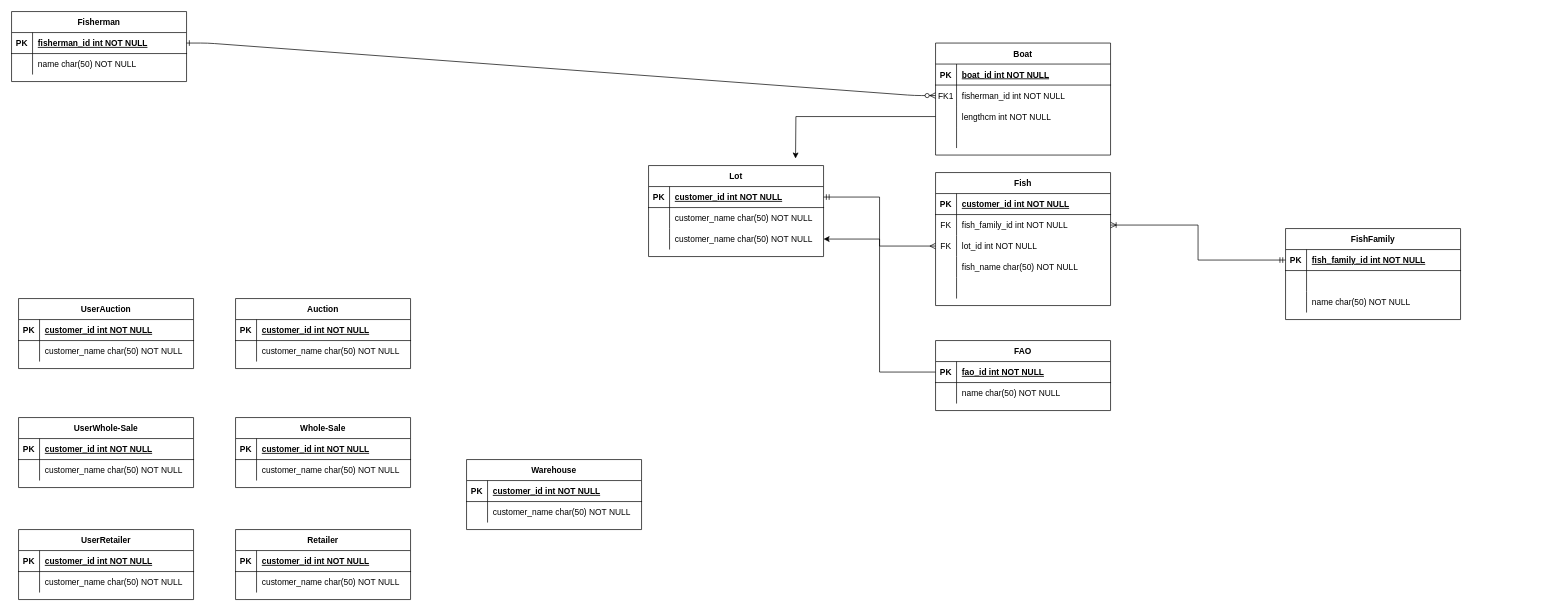
johanjuulj/fishy keeps this draw.io diagram as ERD.drawio. Above is the earlier version. Source tidied: cells renumbered, new cells numbered last; positions are measured from the earlier drawing's top-left corner, leaving out a move shared by most shapes. Both pictures are drawn from the tidied source at 70%, with x=0, y=0 at pixel (11, 11).
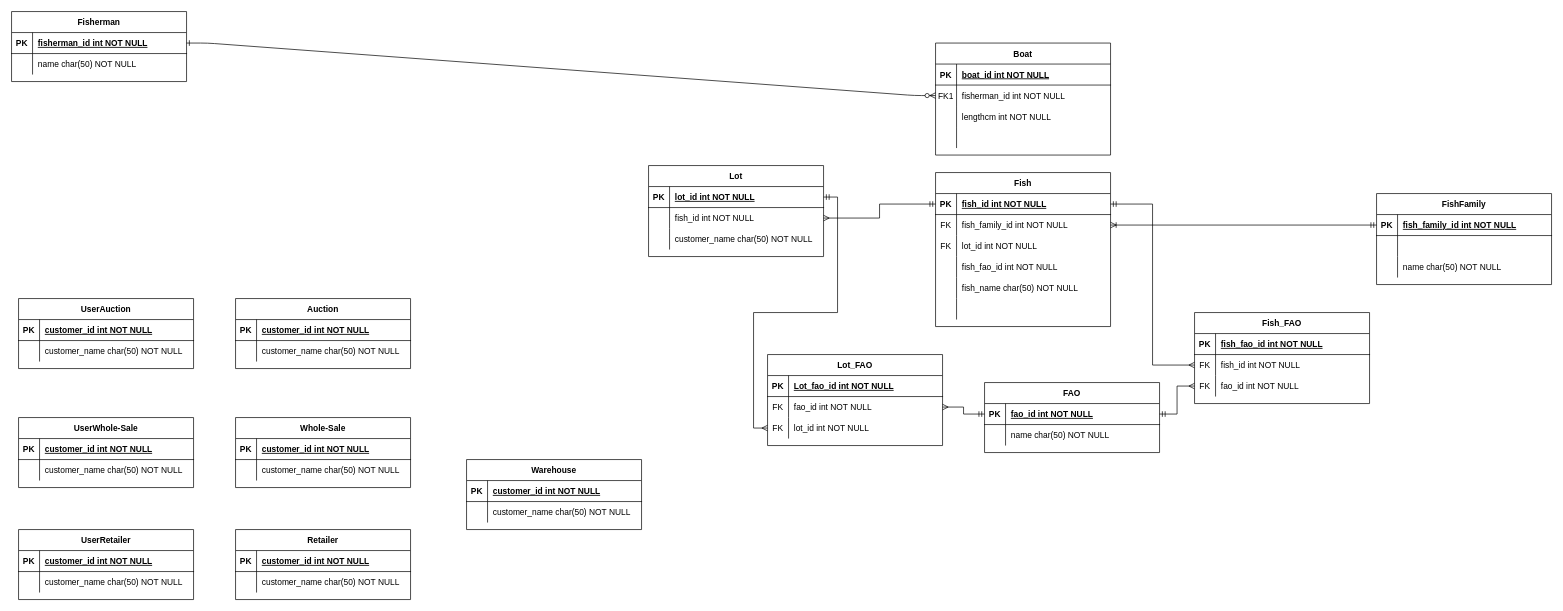
After the change.

The change refers to these unchanged cells:
```xml
<mxCell id="10" style="shape=partialRectangle;fillColor=none;points=[[0,0.5],[1,0.5]];portConstraint=eastwest;top=0;left=0;right=0;bottom=0;" parent="3" vertex="1">
  <mxGeometry y="90" width="250" height="30" as="geometry" />
</mxCell>
<mxCell id="25" style="shape=partialRectangle;fillColor=none;points=[[0,0.5],[1,0.5]];portConstraint=eastwest;top=0;left=0;right=0;bottom=1;" parent="24" vertex="1">
  <mxGeometry y="30" width="250" height="30" as="geometry" />
</mxCell>
<mxCell id="31" style="shape=partialRectangle;fillColor=none;points=[[0,0.5],[1,0.5]];portConstraint=eastwest;top=0;left=0;right=0;bottom=0;" parent="24" vertex="1">
  <mxGeometry y="90" width="250" height="30" as="geometry" />
</mxCell>
<mxCell id="52" style="shape=partialRectangle;fillColor=none;points=[[0,0.5],[1,0.5]];portConstraint=eastwest;top=0;left=0;right=0;bottom=1;" parent="51" vertex="1">
  <mxGeometry y="30" width="250" height="30" as="geometry" />
</mxCell>
<mxCell id="108" style="shape=partialRectangle;fillColor=none;points=[[0,0.5],[1,0.5]];portConstraint=eastwest;top=0;left=0;right=0;bottom=1;" parent="107" vertex="1">
  <mxGeometry y="30" width="250" height="30" as="geometry" />
</mxCell>
<mxCell id="111" style="shape=partialRectangle;fillColor=none;points=[[0,0.5],[1,0.5]];portConstraint=eastwest;top=0;left=0;right=0;bottom=0;" parent="107" vertex="1">
  <mxGeometry y="60" width="250" height="30" as="geometry" />
</mxCell>
<mxCell id="114" style="shape=partialRectangle;fillColor=none;points=[[0,0.5],[1,0.5]];portConstraint=eastwest;top=0;left=0;right=0;bottom=0;" parent="107" vertex="1">
  <mxGeometry y="90" width="250" height="30" as="geometry" />
</mxCell>
```

Diff of the diagram source:
```diff
@@
-    <mxCell id="23" style="edgeStyle=orthogonalEdgeStyle;rounded=0;jettySize=auto;html=1;endArrow=ERmandOne;endFill=0;startArrow=ERmany;startFill=0;exitX=0;exitY=0.5;exitDx=0;exitDy=0;entryX=1;entryY=0.5;entryDx=0;entryDy=0;" parent="1" edge="1" source="31" target="108">
-      <mxGeometry relative="1" as="geometry" />
-    </mxCell>
     <mxCell id="24" value="Fish" style="shape=table;startSize=30;childLayout=tableLayout;rowLines=0;fontStyle=1;align=center;" parent="1" vertex="1">
-      <mxGeometry x="1320" y="230" width="250" height="190" as="geometry" />
+      <mxGeometry x="1320" y="230" width="250" height="220" as="geometry" />
     </mxCell>
@@
-    <mxCell id="27" value="customer_id int NOT NULL " style="shape=partialRectangle;overflow=hidden;fillColor=none;top=0;left=0;bottom=0;right=0;align=left;spacingLeft=6;fontStyle=5;" parent="25" vertex="1">
+    <mxCell id="27" value="fish_id int NOT NULL " style="shape=partialRectangle;overflow=hidden;fillColor=none;top=0;left=0;bottom=0;right=0;align=left;spacingLeft=6;fontStyle=5;" parent="25" vertex="1">
       <mxGeometry x="30" width="220" height="30" as="geometry" />
     </mxCell>
@@
+    <mxCell id="119" style="shape=partialRectangle;fillColor=none;top=0;left=0;right=0;bottom=0;" parent="24" vertex="1">
+      <mxGeometry y="120" width="250" height="30" as="geometry" />
+    </mxCell>
+    <mxCell id="120" style="shape=partialRectangle;overflow=hidden;fillColor=none;top=0;left=0;bottom=0;right=0;" parent="119" vertex="1">
+      <mxGeometry width="30" height="30" as="geometry" />
+    </mxCell>
+    <mxCell id="121" value="fish_fao_id int NOT NULL" style="shape=partialRectangle;overflow=hidden;fillColor=none;top=0;left=0;bottom=0;right=0;align=left;spacingLeft=6;" parent="119" vertex="1">
+      <mxGeometry x="30" width="220" height="30" as="geometry" />
+    </mxCell>
     <mxCell id="34" style="shape=partialRectangle;fillColor=none;top=0;left=0;right=0;bottom=0;" parent="24" vertex="1">
-      <mxGeometry y="120" width="250" height="30" as="geometry" />
+      <mxGeometry y="150" width="250" height="30" as="geometry" />
     </mxCell>
@@
     <mxCell id="37" style="shape=partialRectangle;fillColor=none;top=0;left=0;right=0;bottom=0;" parent="24" vertex="1">
-      <mxGeometry y="150" width="250" height="30" as="geometry" />
+      <mxGeometry y="180" width="250" height="30" as="geometry" />
     </mxCell>
@@
     <mxCell id="41" value="FishFamily" style="shape=table;startSize=30;childLayout=tableLayout;rowLines=0;fontStyle=1;align=center;" parent="1" vertex="1">
-      <mxGeometry x="1820" y="310" width="250" height="130" as="geometry" />
+      <mxGeometry x="1950" y="260" width="250" height="130" as="geometry" />
     </mxCell>
@@
     <mxCell id="51" value="FAO" style="shape=table;startSize=30;childLayout=tableLayout;rowLines=0;fontStyle=1;align=center;" parent="1" vertex="1">
-      <mxGeometry x="1320" y="470" width="250" height="100" as="geometry" />
+      <mxGeometry x="1390" y="530" width="250" height="100" as="geometry" />
     </mxCell>
@@
-    <mxCell id="110" value="customer_id int NOT NULL " style="shape=partialRectangle;overflow=hidden;fillColor=none;top=0;left=0;bottom=0;right=0;align=left;spacingLeft=6;fontStyle=5;" parent="108" vertex="1">
+    <mxCell id="110" value="lot_id int NOT NULL " style="shape=partialRectangle;overflow=hidden;fillColor=none;top=0;left=0;bottom=0;right=0;align=left;spacingLeft=6;fontStyle=5;" parent="108" vertex="1">
       <mxGeometry x="30" width="220" height="30" as="geometry" />
     </mxCell>
@@
-    <mxCell id="113" value="customer_name char(50) NOT NULL" style="shape=partialRectangle;overflow=hidden;fillColor=none;top=0;left=0;bottom=0;right=0;align=left;spacingLeft=6;" parent="111" vertex="1">
+    <mxCell id="113" value="fish_id int NOT NULL" style="shape=partialRectangle;overflow=hidden;fillColor=none;top=0;left=0;bottom=0;right=0;align=left;spacingLeft=6;" parent="111" vertex="1">
       <mxGeometry x="30" width="220" height="30" as="geometry" />
     </mxCell>
@@
-    <mxCell id="117" style="edgeStyle=orthogonalEdgeStyle;rounded=0;jettySize=auto;html=1;entryX=1;entryY=0.5;entryDx=0;entryDy=0;" parent="1" edge="1" source="52" target="114">
-      <mxGeometry relative="1" as="geometry" />
-    </mxCell>
-    <mxCell id="118" style="edgeStyle=orthogonalEdgeStyle;rounded=0;jettySize=auto;html=1;" parent="1" edge="1" source="10">
-      <mxGeometry relative="1" as="geometry">
-        <mxPoint x="1120" y="210" as="targetPoint" />
-      </mxGeometry>
-    </mxCell>
+    <mxCell id="122" value="Lot_FAO" style="shape=table;startSize=30;childLayout=tableLayout;rowLines=0;fontStyle=1;align=center;" parent="1" vertex="1">
+      <mxGeometry x="1080" y="490" width="250" height="130" as="geometry" />
+    </mxCell>
+    <mxCell id="123" style="shape=partialRectangle;fillColor=none;top=0;left=0;right=0;bottom=1;" parent="122" vertex="1">
+      <mxGeometry y="30" width="250" height="30" as="geometry" />
+    </mxCell>
+    <mxCell id="124" value="PK" style="shape=partialRectangle;overflow=hidden;fillColor=none;top=0;left=0;bottom=0;right=0;fontStyle=1;" parent="123" vertex="1">
+      <mxGeometry width="30" height="30" as="geometry" />
+    </mxCell>
+    <mxCell id="125" value="Lot_fao_id int NOT NULL " style="shape=partialRectangle;overflow=hidden;fillColor=none;top=0;left=0;bottom=0;right=0;align=left;spacingLeft=6;fontStyle=5;" parent="123" vertex="1">
+      <mxGeometry x="30" width="220" height="30" as="geometry" />
+    </mxCell>
+    <mxCell id="126" style="shape=partialRectangle;fillColor=none;points=[[0,0.5],[1,0.5]];portConstraint=eastwest;top=0;left=0;right=0;bottom=0;" parent="122" vertex="1">
+      <mxGeometry y="60" width="250" height="30" as="geometry" />
+    </mxCell>
+    <mxCell id="127" value="FK" style="shape=partialRectangle;overflow=hidden;fillColor=none;top=0;left=0;bottom=0;right=0;" parent="126" vertex="1">
+      <mxGeometry width="30" height="30" as="geometry" />
+    </mxCell>
+    <mxCell id="128" value="fao_id int NOT NULL" style="shape=partialRectangle;overflow=hidden;fillColor=none;top=0;left=0;bottom=0;right=0;align=left;spacingLeft=6;" parent="126" vertex="1">
+      <mxGeometry x="30" width="220" height="30" as="geometry" />
+    </mxCell>
+    <mxCell id="129" style="shape=partialRectangle;fillColor=none;points=[[0,0.5],[1,0.5]];portConstraint=eastwest;top=0;left=0;right=0;bottom=0;" parent="122" vertex="1">
+      <mxGeometry y="90" width="250" height="30" as="geometry" />
+    </mxCell>
+    <mxCell id="130" value="FK" style="shape=partialRectangle;overflow=hidden;fillColor=none;top=0;left=0;bottom=0;right=0;" parent="129" vertex="1">
+      <mxGeometry width="30" height="30" as="geometry" />
+    </mxCell>
+    <mxCell id="131" value="lot_id int NOT NULL" style="shape=partialRectangle;overflow=hidden;fillColor=none;top=0;left=0;bottom=0;right=0;align=left;spacingLeft=6;" parent="129" vertex="1">
+      <mxGeometry x="30" width="220" height="30" as="geometry" />
+    </mxCell>
+    <mxCell id="132" value="Fish_FAO" style="shape=table;startSize=30;childLayout=tableLayout;rowLines=0;fontStyle=1;align=center;" parent="1" vertex="1">
+      <mxGeometry x="1690" y="430" width="250" height="130" as="geometry" />
+    </mxCell>
+    <mxCell id="133" style="shape=partialRectangle;fillColor=none;top=0;left=0;right=0;bottom=1;" parent="132" vertex="1">
+      <mxGeometry y="30" width="250" height="30" as="geometry" />
+    </mxCell>
+    <mxCell id="134" value="PK" style="shape=partialRectangle;overflow=hidden;fillColor=none;top=0;left=0;bottom=0;right=0;fontStyle=1;" parent="133" vertex="1">
+      <mxGeometry width="30" height="30" as="geometry" />
+    </mxCell>
+    <mxCell id="135" value="fish_fao_id int NOT NULL " style="shape=partialRectangle;overflow=hidden;fillColor=none;top=0;left=0;bottom=0;right=0;align=left;spacingLeft=6;fontStyle=5;" parent="133" vertex="1">
+      <mxGeometry x="30" width="220" height="30" as="geometry" />
+    </mxCell>
+    <mxCell id="136" style="shape=partialRectangle;fillColor=none;points=[[0,0.5],[1,0.5]];portConstraint=eastwest;top=0;left=0;right=0;bottom=0;" parent="132" vertex="1">
+      <mxGeometry y="60" width="250" height="30" as="geometry" />
+    </mxCell>
+    <mxCell id="137" value="FK" style="shape=partialRectangle;overflow=hidden;fillColor=none;top=0;left=0;bottom=0;right=0;" parent="136" vertex="1">
+      <mxGeometry width="30" height="30" as="geometry" />
+    </mxCell>
+    <mxCell id="138" value="fish_id int NOT NULL" style="shape=partialRectangle;overflow=hidden;fillColor=none;top=0;left=0;bottom=0;right=0;align=left;spacingLeft=6;" parent="136" vertex="1">
+      <mxGeometry x="30" width="220" height="30" as="geometry" />
+    </mxCell>
+    <mxCell id="139" style="shape=partialRectangle;fillColor=none;points=[[0,0.5],[1,0.5]];portConstraint=eastwest;top=0;left=0;right=0;bottom=0;" parent="132" vertex="1">
+      <mxGeometry y="90" width="250" height="30" as="geometry" />
+    </mxCell>
+    <mxCell id="140" value="FK" style="shape=partialRectangle;overflow=hidden;fillColor=none;top=0;left=0;bottom=0;right=0;" parent="139" vertex="1">
+      <mxGeometry width="30" height="30" as="geometry" />
+    </mxCell>
+    <mxCell id="141" value="fao_id int NOT NULL" style="shape=partialRectangle;overflow=hidden;fillColor=none;top=0;left=0;bottom=0;right=0;align=left;spacingLeft=6;" parent="139" vertex="1">
+      <mxGeometry x="30" width="220" height="30" as="geometry" />
+    </mxCell>
+    <mxCell id="142" style="edgeStyle=orthogonalEdgeStyle;rounded=0;jettySize=auto;html=1;entryX=1;entryY=0.5;entryDx=0;entryDy=0;startArrow=ERmany;startFill=0;endArrow=ERmandOne;endFill=0;" parent="1" edge="1" source="136" target="25">
+      <mxGeometry relative="1" as="geometry" />
+    </mxCell>
+    <mxCell id="143" style="edgeStyle=orthogonalEdgeStyle;rounded=0;jettySize=auto;html=1;entryX=1;entryY=0.5;entryDx=0;entryDy=0;startArrow=ERmany;startFill=0;endArrow=ERmandOne;endFill=0;" parent="1" edge="1" source="139" target="52">
+      <mxGeometry relative="1" as="geometry" />
+    </mxCell>
+    <mxCell id="144" style="edgeStyle=orthogonalEdgeStyle;rounded=0;jettySize=auto;html=1;entryX=0;entryY=0.5;entryDx=0;entryDy=0;startArrow=ERmany;startFill=0;endArrow=ERmandOne;endFill=0;" parent="1" edge="1" source="126" target="52">
+      <mxGeometry relative="1" as="geometry" />
+    </mxCell>
+    <mxCell id="145" style="edgeStyle=orthogonalEdgeStyle;rounded=0;jettySize=auto;html=1;entryX=1;entryY=0.5;entryDx=0;entryDy=0;startArrow=ERmany;startFill=0;endArrow=ERmandOne;endFill=0;" parent="1" edge="1" source="129" target="108">
+      <mxGeometry relative="1" as="geometry" />
+    </mxCell>
+    <mxCell id="146" style="edgeStyle=orthogonalEdgeStyle;rounded=0;jettySize=auto;html=1;entryX=0;entryY=0.5;entryDx=0;entryDy=0;startArrow=ERmany;startFill=0;endArrow=ERmandOne;endFill=0;" parent="1" edge="1" source="111" target="25">
+      <mxGeometry relative="1" as="geometry" />
+    </mxCell>
```
